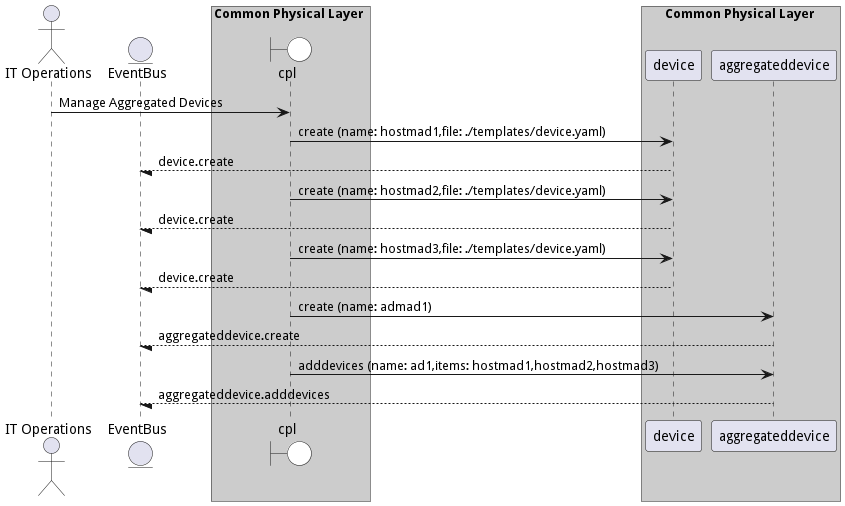
Above: docs/edgemere/cpl/usecases/manageinfrastructure/ManageAggregatedDevices.png in madajaju/edgemere (PlantUML), before the change.
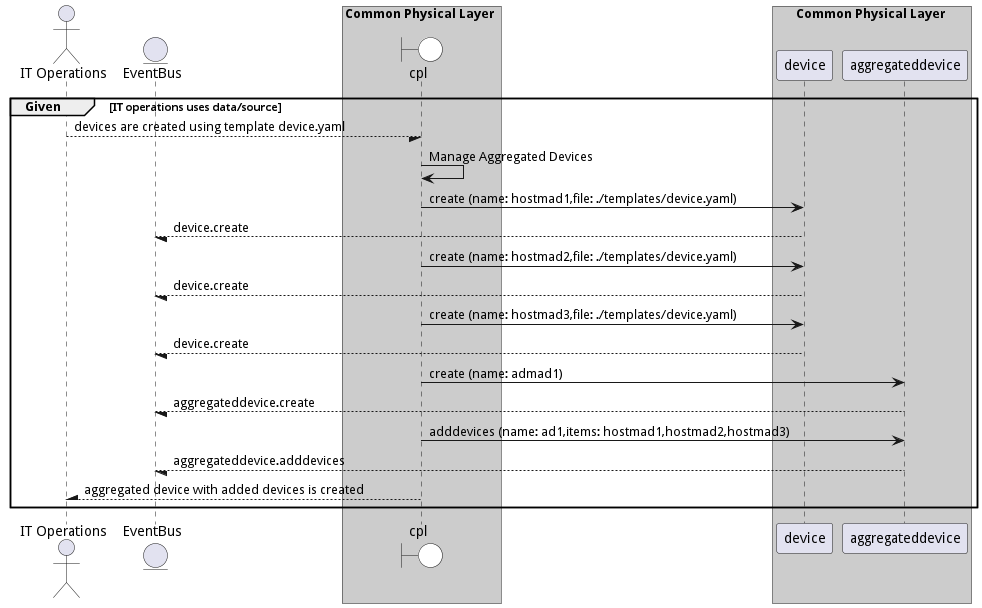
The same diagram one commit later.

Change to the diagram source:
```diff
@@ -1,4 +1,5 @@
 @startuml
+
 
 actor "IT Operations"
 
@@ -15,8 +16,10 @@
             participant aggregateddevice
     end box
 
+group Given [IT operations uses data/source]
 
-"IT Operations" -> cpl: Manage Aggregated Devices
+"IT Operations" --/ cpl: devices are created using template device.yaml
+"cpl" -> cpl: Manage Aggregated Devices
 
     cpl -> "device": create (name: hostmad1,file: ./templates/device.yaml)
 
@@ -40,4 +43,9 @@
 
 
 
+"IT Operations" /-- cpl: aggregated device with added devices is created
+
+
+end
+
 @enduml
```
